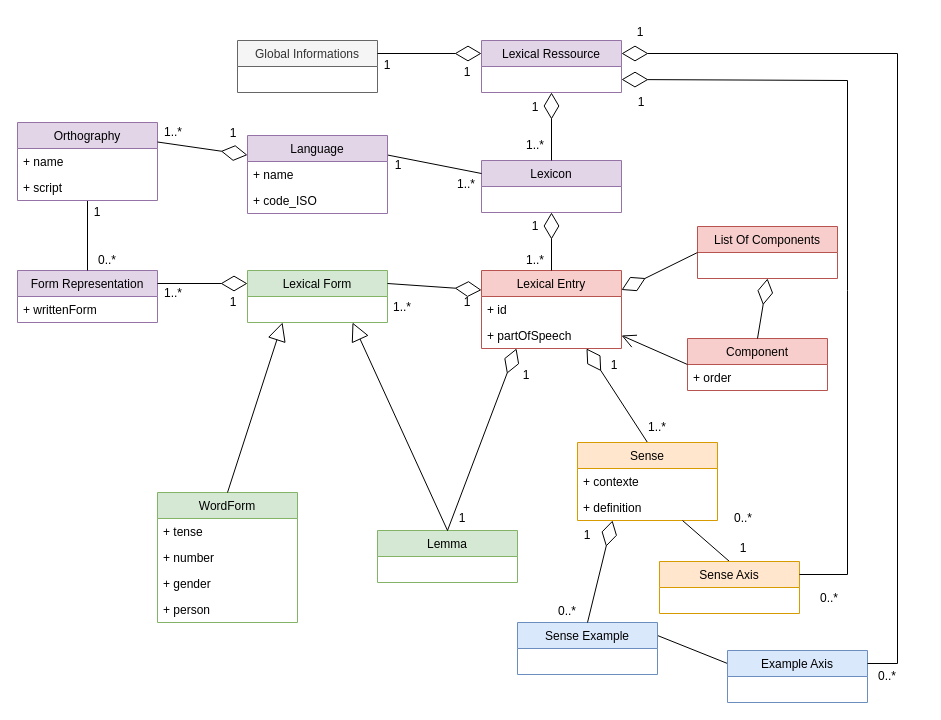
Above: jubennour.drawio in Unkorneg/jubennour (draw.io), before the change. Source tidied: cells renumbered, new cells numbered last; positions are measured from the earlier drawing's top-left corner, leaving out a move shared by most shapes. Both pictures are drawn from the tidied source at 100%, with x=0, y=0 at pixel (17, 17).
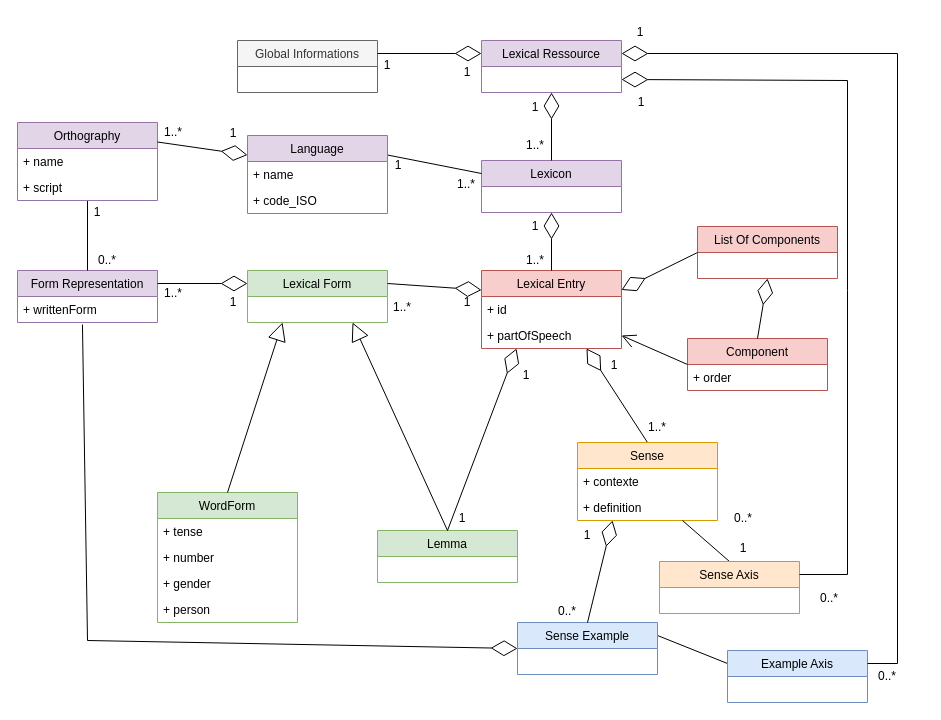
The same diagram, later.

Unchanged cells that the change refers to:
```xml
<mxCell id="20" value="+ writtenForm" style="text;strokeColor=none;fillColor=none;align=left;verticalAlign=top;spacingLeft=4;spacingRight=4;overflow=hidden;points=[[0,0.5],[1,0.5]];portConstraint=eastwest;" parent="19" vertex="1">
  <mxGeometry y="26" width="140" height="26" as="geometry" />
</mxCell>
<mxCell id="71" value="Sense Example" style="swimlane;fontStyle=0;horizontal=1;startSize=26;fillColor=#dae8fc;strokeColor=#6c8ebf;" parent="1" vertex="1">
  <mxGeometry x="500" y="605" width="140" height="52" as="geometry" />
</mxCell>
```

The edit, as a diff of the source:
```diff
@@
+    <mxCell id="104" style="endArrow=diamondThin;endFill=0;endSize=24;html=1;rounded=0;entryX=0;entryY=0.5;entryDx=0;entryDy=0;exitX=0.464;exitY=1.077;exitDx=0;exitDy=0;exitPerimeter=0;" parent="1" edge="1" source="20" target="71">
+      <mxGeometry relative="1" as="geometry">
+        <Array as="points">
+          <mxPoint x="70" y="623" />
+        </Array>
+      </mxGeometry>
+    </mxCell>
```
